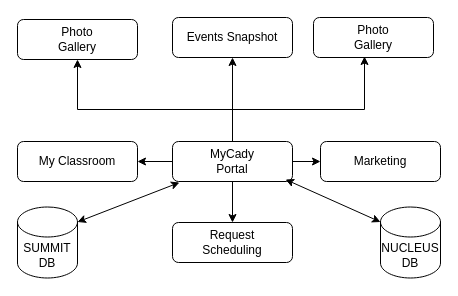
Above: page "MyCady" (7 of 13) of 11.drawio in ai-next-zen/diagrams (draw.io), before the change. Source tidied: cells renumbered, new cells numbered last; positions are measured from the earlier drawing's top-left corner, leaving out a move shared by most shapes. Both pictures are drawn from the tidied source at 100%, with x=0, y=0 at pixel (17, 17).
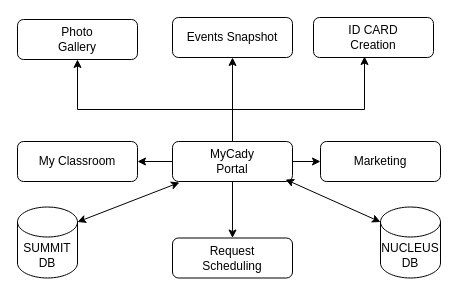
Above is the later version.

The edit, as a diff of the source:
```diff
@@
     <mxCell id="9" value="Request&lt;div&gt;Scheduling&lt;/div&gt;" style="whiteSpace=wrap;html=1;rounded=1;" parent="1" vertex="1">
-      <mxGeometry x="155" y="205" width="120" height="40" as="geometry" />
+      <mxGeometry x="155" y="220.5" width="120" height="40" as="geometry" />
     </mxCell>
@@
-    <mxCell id="16" value="Photo&lt;div&gt;Gallery&lt;/div&gt;" style="whiteSpace=wrap;html=1;rounded=1;" parent="1" vertex="1">
+    <mxCell id="16" value="ID CARD&lt;div&gt;Creation&lt;/div&gt;" style="whiteSpace=wrap;html=1;rounded=1;" parent="1" vertex="1">
       <mxGeometry x="296" width="120" height="40" as="geometry" />
     </mxCell>
```
